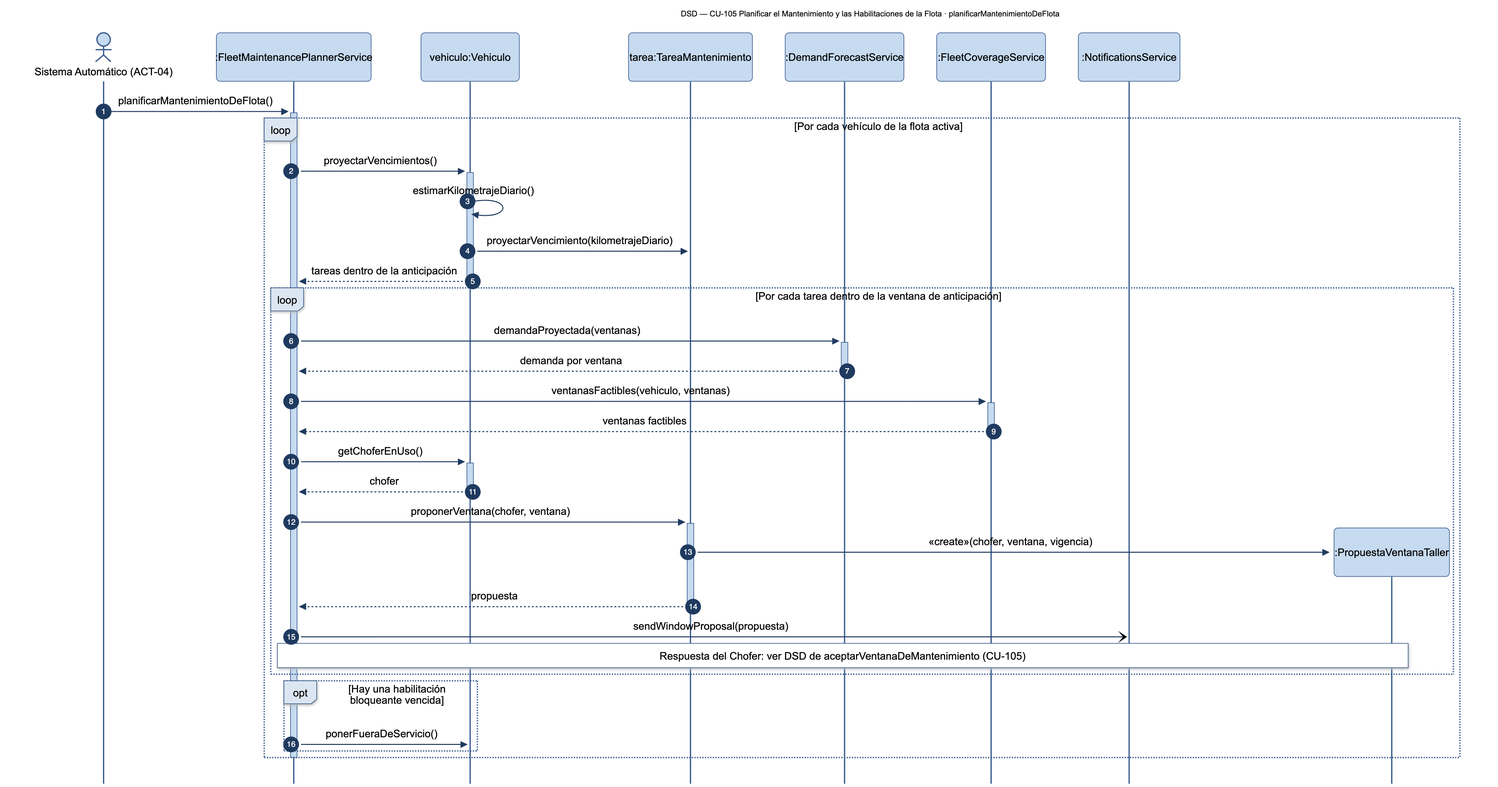
The Mermaid diagram diagramas/png/DSD_CU-105_planificarMantenimientoDeFlota.png in Nahuelito-Dev/splg-docs, before a commit. Its source is kept beside it as diagramas/DSD_CU-105_planificarMantenimientoDeFlota.mmd.
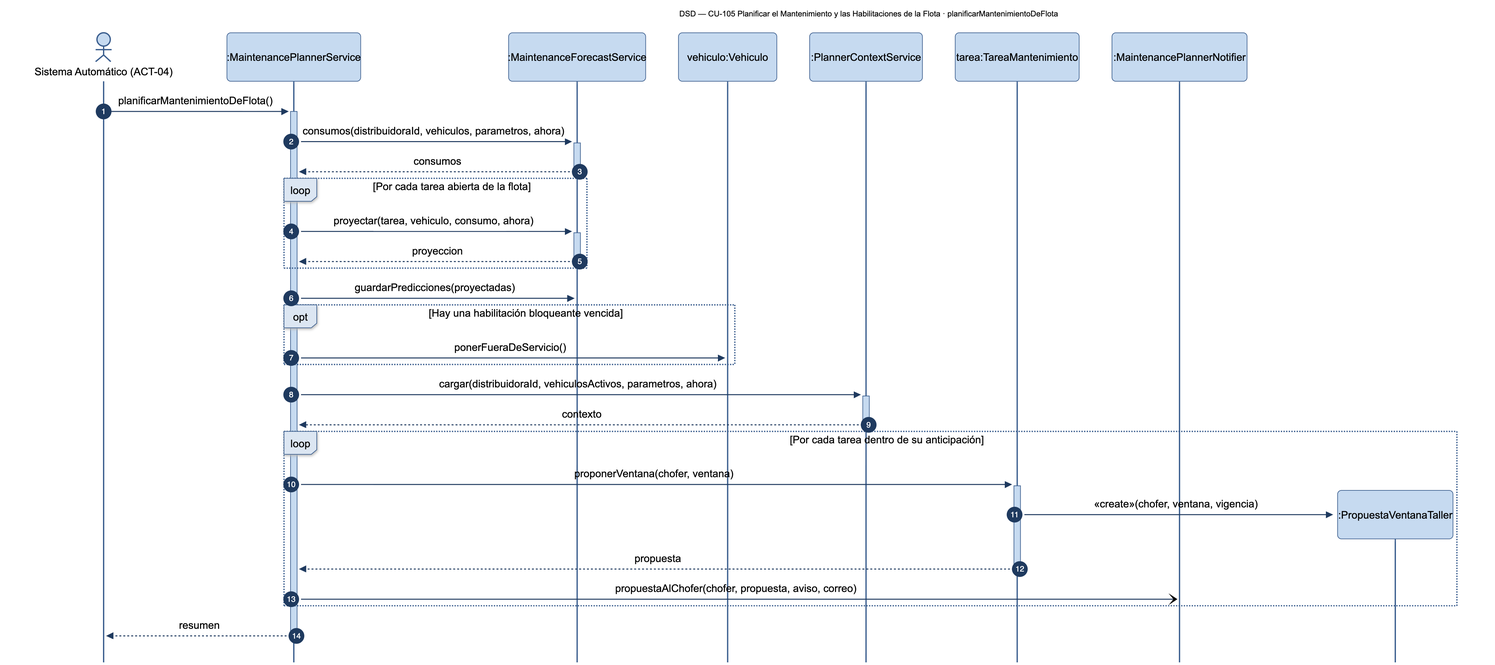
Later version of the same file.

Change to the diagram source:
```diff
@@ -2,35 +2,31 @@
     title DSD — CU-105 Planificar el Mantenimiento y las Habilitaciones de la Flota · planificarMantenimientoDeFlota
     autonumber
     actor SIS as Sistema Automático (ACT-04)
-    participant PLN as :FleetMaintenancePlannerService
+    participant MPS as :MaintenancePlannerService
+    participant MFS as :MaintenanceForecastService
     participant VEH as vehiculo:Vehiculo
+    participant PCS as :PlannerContextService
     participant TAR as tarea:TareaMantenimiento
-    participant DEM as :DemandForecastService
-    participant COV as :FleetCoverageService
-    participant NOT as :NotificationsService
+    participant MPN as :MaintenancePlannerNotifier
 
-    SIS->>+PLN: planificarMantenimientoDeFlota()
-    loop Por cada vehículo de la flota activa
-        PLN->>+VEH: proyectarVencimientos()
-        VEH->>VEH: estimarKilometrajeDiario()
-        VEH->>TAR: proyectarVencimiento(kilometrajeDiario)
-        VEH-->>-PLN: tareas dentro de la anticipación
-        loop Por cada tarea dentro de la ventana de anticipación
-            PLN->>+DEM: demandaProyectada(ventanas)
-            DEM-->>-PLN: demanda por ventana
-            PLN->>+COV: ventanasFactibles(vehiculo, ventanas)
-            COV-->>-PLN: ventanas factibles
-            PLN->>+VEH: getChoferEnUso()
-            VEH-->>-PLN: chofer
-            PLN->>+TAR: proponerVentana(chofer, ventana)
-            create participant PRP as :PropuestaVentanaTaller
-            TAR->>PRP: «create»(chofer, ventana, vigencia)
-            TAR-->>-PLN: propuesta
-            PLN-)NOT: sendWindowProposal(propuesta)
-            Note over PLN,PRP: Respuesta del Chofer: ver DSD de aceptarVentanaDeMantenimiento (CU-105)
-        end
-        opt Hay una habilitación bloqueante vencida
-            PLN->>VEH: ponerFueraDeServicio()
-        end
+    SIS->>+MPS: planificarMantenimientoDeFlota()
+    MPS->>+MFS: consumos(distribuidoraId, vehiculos, parametros, ahora)
+    MFS-->>-MPS: consumos
+    loop Por cada tarea abierta de la flota
+        MPS->>+MFS: proyectar(tarea, vehiculo, consumo, ahora)
+        MFS-->>-MPS: proyeccion
     end
-    deactivate PLN
+    MPS->>MFS: guardarPredicciones(proyectadas)
+    opt Hay una habilitación bloqueante vencida
+        MPS->>VEH: ponerFueraDeServicio()
+    end
+    MPS->>+PCS: cargar(distribuidoraId, vehiculosActivos, parametros, ahora)
+    PCS-->>-MPS: contexto
+    loop Por cada tarea dentro de su anticipación
+        MPS->>+TAR: proponerVentana(chofer, ventana)
+        create participant PRP as :PropuestaVentanaTaller
+        TAR->>PRP: «create»(chofer, ventana, vigencia)
+        TAR-->>-MPS: propuesta
+        MPS-)MPN: propuestaAlChofer(chofer, propuesta, aviso, correo)
+    end
+    MPS-->>-SIS: resumen
```
